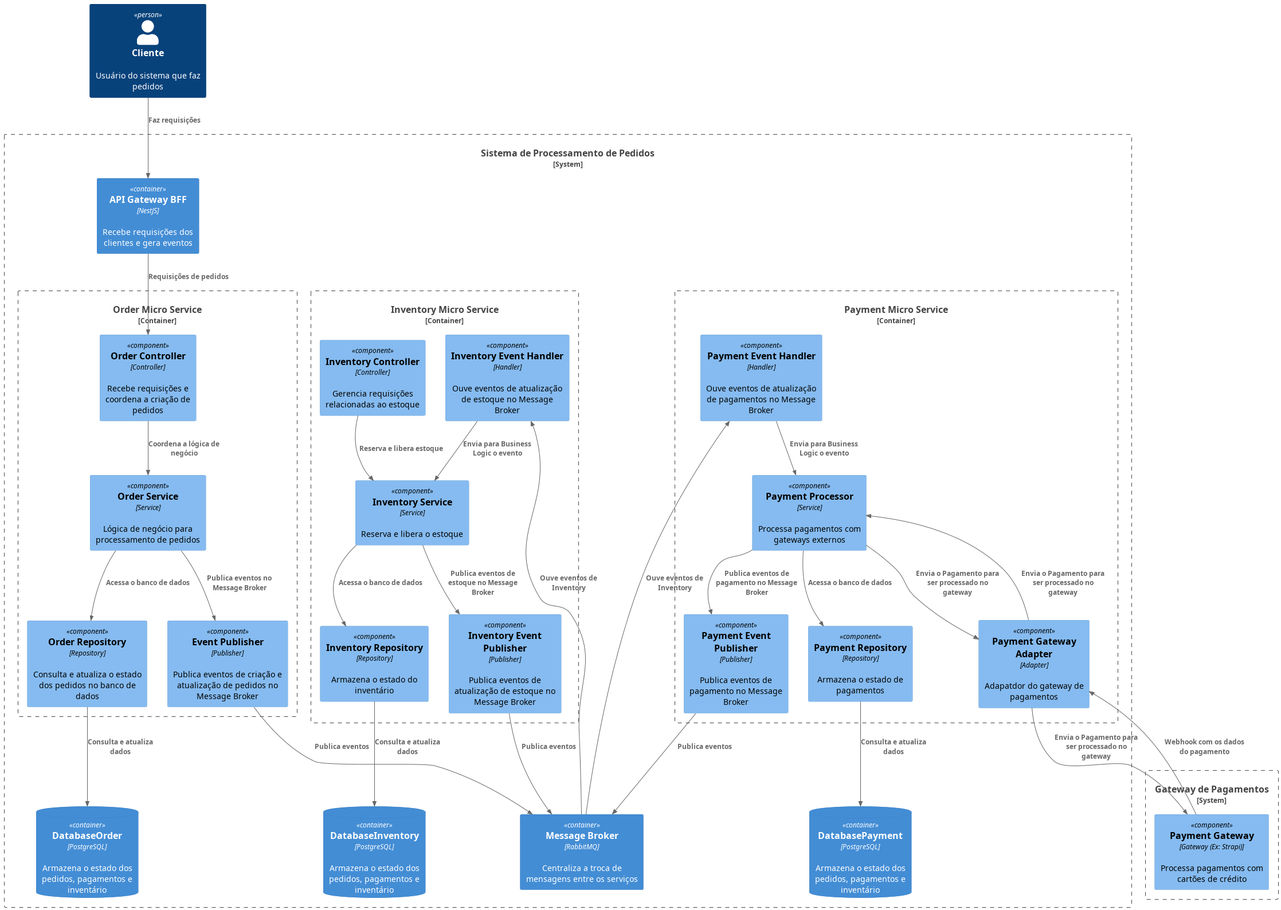
This is assets/diagrams/out/n3-component/Component n3.png from jnerydesigner/Bemol, a PlantUML export, as it was before one commit.
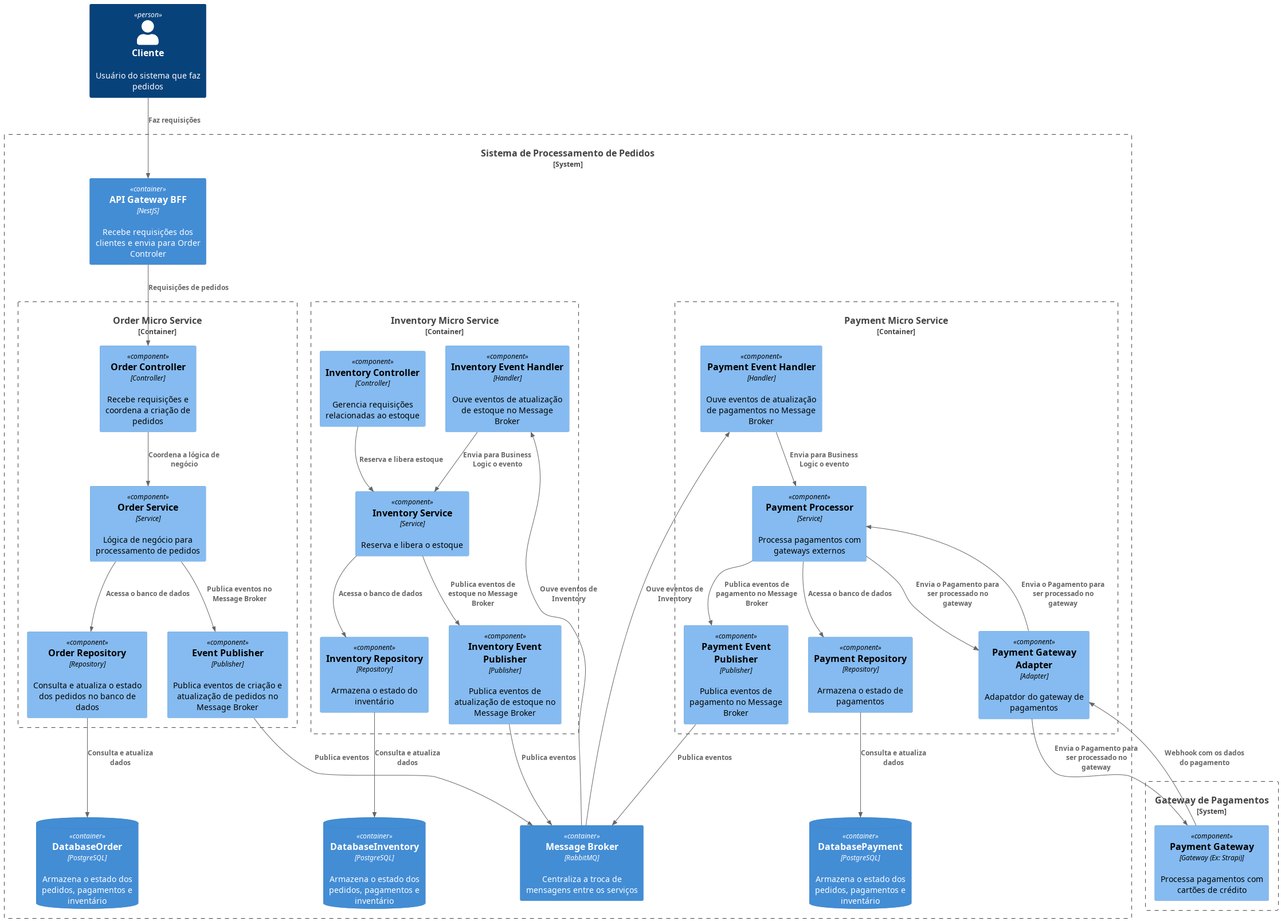
The same diagram one commit later.

Change to the diagram source:
```diff
@@ -7,7 +7,7 @@
 
 System_Boundary(spp_boundary, "Sistema de Processamento de Pedidos") {
 
-  Container(apiGateway, "API Gateway BFF", "NestJS", "Recebe requisições dos clientes e gera eventos")
+  Container(apiGateway, "API Gateway BFF", "NestJS", "Recebe requisições dos clientes e envia para Order Controler")
 
   Container_Boundary(orderService, "Order Micro Service") {
     Component(orderController, "Order Controller", "Controller", "Recebe requisições e coordena a criação de pedidos")
```
